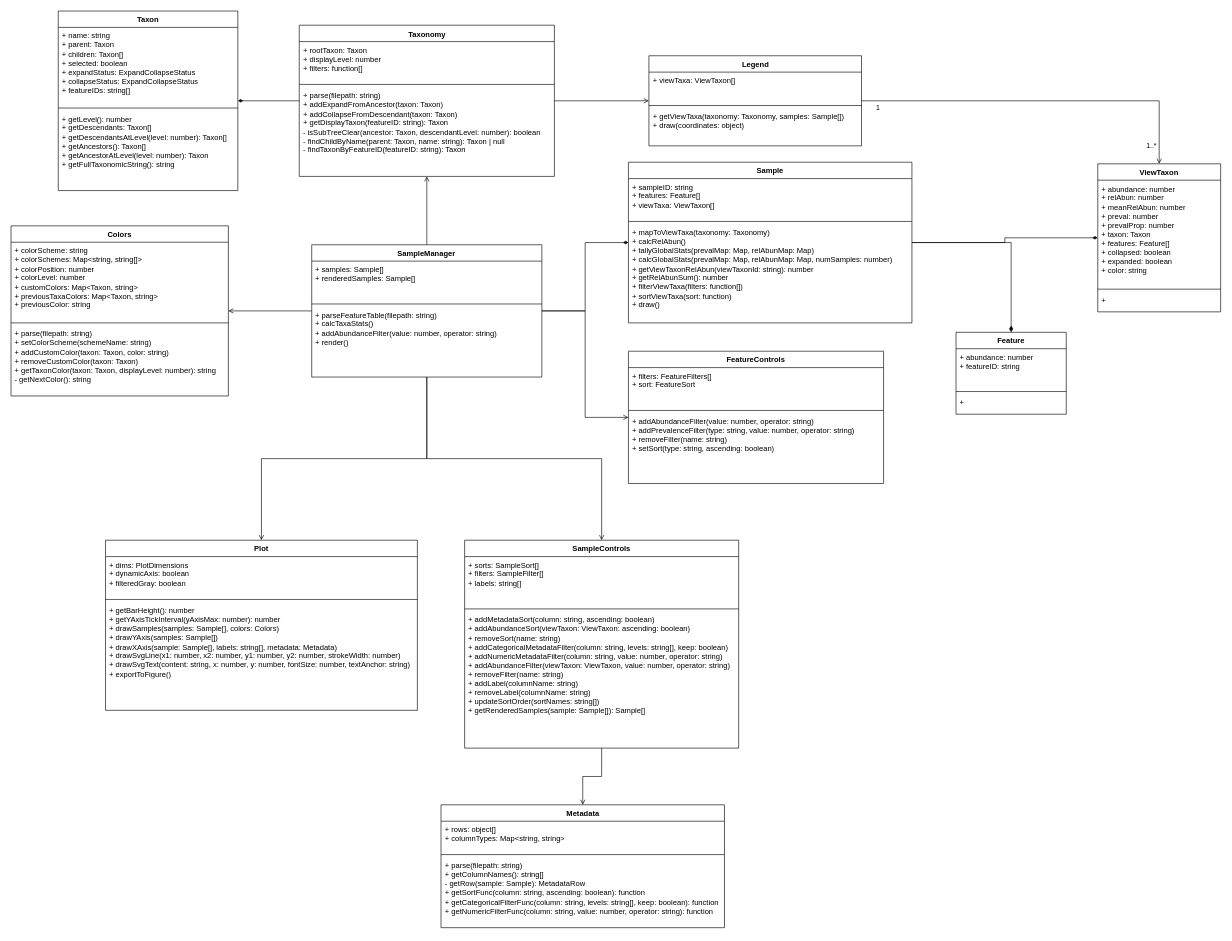
The draw.io diagram docs/TaxaBarplotClasses.drawio in colinvwood/taxa-barplot, before the edit. Source tidied: cells renumbered, new cells numbered last; positions are measured from the earlier drawing's top-left corner, leaving out a move shared by most shapes. Both pictures are drawn from the tidied source at 63%, with x=0, y=0 at pixel (11, 11).
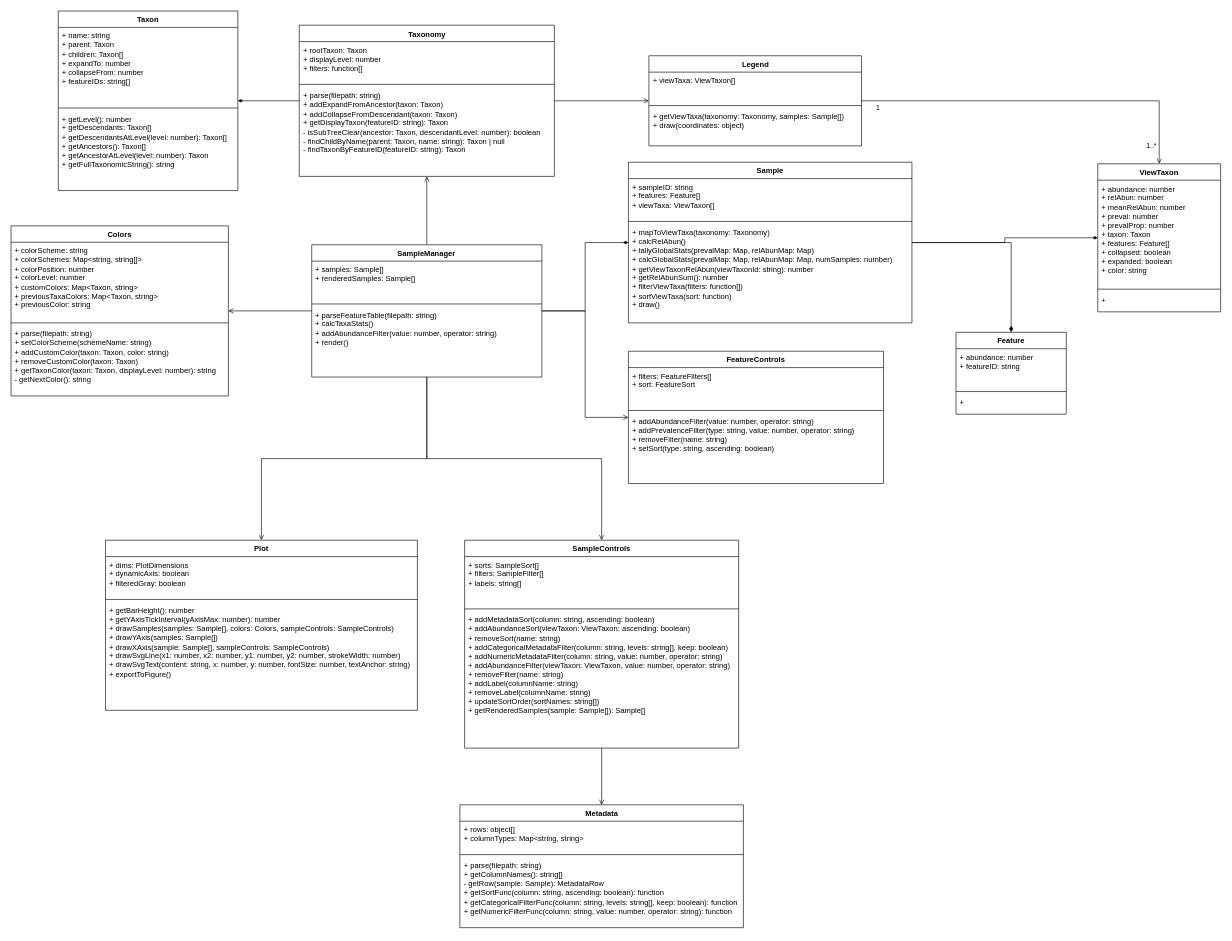
Above is the later version.

Commit message (it also covers changes not shown here):
selected taxon functionality

Unchanged cells that the change refers to:
```xml
<mxCell id="47" value="Taxon" style="swimlane;fontStyle=1;align=center;verticalAlign=top;horizontal=1;startSize=26;whiteSpace=wrap;html=1;" parent="1" vertex="1">
  <mxGeometry x="75" width="285" height="285" as="geometry" />
</mxCell>
<mxCell id="56" value="Plot" style="swimlane;fontStyle=1;align=center;verticalAlign=top;horizontal=1;startSize=26;whiteSpace=wrap;html=1;" parent="1" vertex="1">
  <mxGeometry x="150" y="840" width="495" height="270" as="geometry" />
</mxCell>
```

Diff of the diagram source:
```diff
@@
     <mxCell id="32" value="Metadata" style="swimlane;fontStyle=1;align=center;verticalAlign=top;horizontal=1;startSize=26;whiteSpace=wrap;html=1;" parent="1" vertex="1">
-      <mxGeometry x="682.5" y="1260" width="450" height="195" as="geometry" />
+      <mxGeometry x="712.5" y="1260" width="450" height="195" as="geometry" />
     </mxCell>
@@
-    <mxCell id="48" value="+ name: string&lt;div&gt;+ parent: Taxon&lt;/div&gt;&lt;div&gt;+ children: Taxon[]&lt;/div&gt;&lt;div&gt;+ selected: boolean&lt;/div&gt;&lt;div&gt;+ expandStatus: ExpandCollapseStatus&lt;/div&gt;&lt;div&gt;+ collapseStatus: ExpandCollapseStatus&lt;/div&gt;&lt;div&gt;+ featureIDs: string[]&lt;/div&gt;&lt;div&gt;&lt;br&gt;&lt;/div&gt;" style="text;strokeColor=none;fillColor=none;align=left;verticalAlign=top;spacingLeft=4;spacingRight=4;overflow=hidden;whiteSpace=wrap;html=1;" parent="47" vertex="1">
+    <mxCell id="48" value="+ name: string&lt;div&gt;+ parent: Taxon&lt;/div&gt;&lt;div&gt;+ children: Taxon[]&lt;/div&gt;&lt;div&gt;+ expandTo: number&lt;/div&gt;&lt;div&gt;+ collapseFrom: number&lt;/div&gt;&lt;div&gt;+ featureIDs: string[]&lt;/div&gt;&lt;div&gt;&lt;br&gt;&lt;/div&gt;" style="text;strokeColor=none;fillColor=none;align=left;verticalAlign=top;spacingLeft=4;spacingRight=4;overflow=hidden;whiteSpace=wrap;html=1;" parent="47" vertex="1">
       <mxGeometry y="26" width="285" height="124" as="geometry" />
     </mxCell>
@@
-    <mxCell id="59" value="+ getBarHeight(): number&lt;div&gt;+ getYAxisTickInterval(yAxisMax: number): number&lt;/div&gt;&lt;div&gt;&lt;div&gt;+ drawSamples(samples: Sample[], colors: Colors)&lt;/div&gt;&lt;div&gt;+ drawYAxis(samples: Sample[])&lt;/div&gt;&lt;div&gt;+ drawXAxis(sample: Sample[], labels: string[], metadata: Metadata)&lt;/div&gt;&lt;div&gt;+ drawSvgLine(x1: number, x2: number, y1: number, y2: number, strokeWidth: number)&lt;/div&gt;&lt;div&gt;+ drawSvgText(content: string, x: number, y: number, fontSize: number, textAnchor: string)&lt;/div&gt;&lt;div&gt;+ exportToFigure()&lt;/div&gt;&lt;/div&gt;" style="text;strokeColor=none;fillColor=none;align=left;verticalAlign=top;spacingLeft=4;spacingRight=4;overflow=hidden;whiteSpace=wrap;html=1;" parent="56" vertex="1">
+    <mxCell id="59" value="+ getBarHeight(): number&lt;div&gt;+ getYAxisTickInterval(yAxisMax: number): number&lt;/div&gt;&lt;div&gt;&lt;div&gt;+ drawSamples(samples: Sample[], colors: Colors, sampleControls: SampleControls)&lt;/div&gt;&lt;div&gt;+ drawYAxis(samples: Sample[])&lt;/div&gt;&lt;div&gt;+ drawXAxis(sample: Sample[], sampleControls: SampleControls)&lt;/div&gt;&lt;div&gt;+ drawSvgLine(x1: number, x2: number, y1: number, y2: number, strokeWidth: number)&lt;/div&gt;&lt;div&gt;+ drawSvgText(content: string, x: number, y: number, fontSize: number, textAnchor: string)&lt;/div&gt;&lt;div&gt;+ exportToFigure()&lt;/div&gt;&lt;/div&gt;" style="text;strokeColor=none;fillColor=none;align=left;verticalAlign=top;spacingLeft=4;spacingRight=4;overflow=hidden;whiteSpace=wrap;html=1;" parent="56" vertex="1">
       <mxGeometry y="98" width="495" height="172" as="geometry" />
     </mxCell>
```
